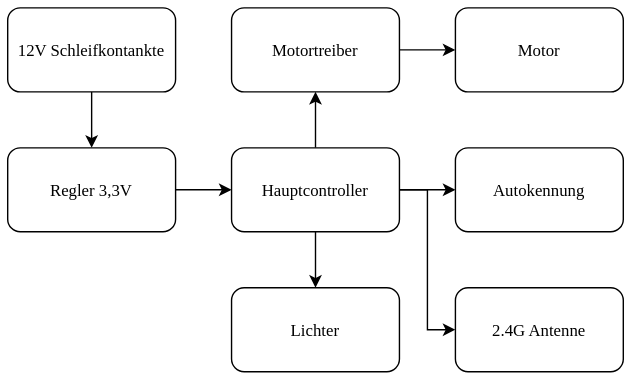
The draw.io diagram Bilder/Blockschaltbild-HW-Auto.svg in 06Moritz/DiplomProjekt, before a commit. Source tidied: cells renumbered, new cells last; positions are measured from the earlier drawing's top-left corner, leaving out a move shared by most shapes.
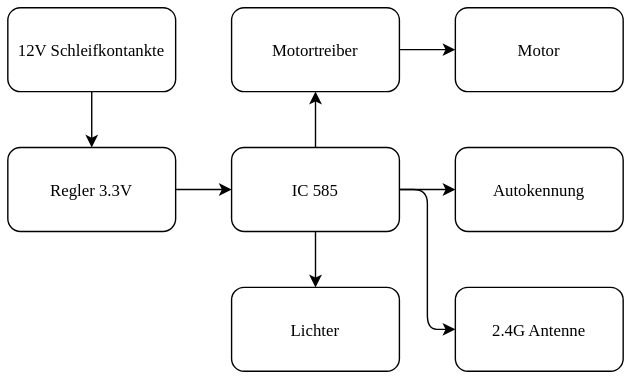
Later version of the same file.

What changed in the source:
```diff
@@ -2,25 +2,25 @@
   <root>
     <mxCell id="0" />
     <mxCell id="1" parent="0" />
-    <mxCell id="2" style="edgeStyle=orthogonalEdgeStyle;rounded=0;jettySize=auto;exitX=1;exitY=0.5;exitDx=0;exitDy=0;entryX=0;entryY=0.5;entryDx=0;entryDy=0;fontFamily=Tahoma;" parent="1" edge="1" source="6" target="7">
+    <mxCell id="2" style="edgeStyle=orthogonalEdgeStyle;rounded=1;jettySize=auto;exitX=1;exitY=0.5;exitDx=0;exitDy=0;entryX=0;entryY=0.5;entryDx=0;entryDy=0;fontFamily=Tahoma;" parent="1" edge="1" source="6" target="7">
       <mxGeometry relative="1" as="geometry" />
     </mxCell>
-    <mxCell id="3" style="edgeStyle=orthogonalEdgeStyle;rounded=0;jettySize=auto;exitX=0.5;exitY=0;exitDx=0;exitDy=0;entryX=0.5;entryY=1;entryDx=0;entryDy=0;fontFamily=Tahoma;" parent="1" edge="1" source="6" target="9">
+    <mxCell id="3" style="edgeStyle=orthogonalEdgeStyle;rounded=1;jettySize=auto;exitX=0.5;exitY=0;exitDx=0;exitDy=0;entryX=0.5;entryY=1;entryDx=0;entryDy=0;fontFamily=Tahoma;" parent="1" edge="1" source="6" target="9">
       <mxGeometry relative="1" as="geometry" />
     </mxCell>
-    <mxCell id="4" style="edgeStyle=orthogonalEdgeStyle;rounded=0;jettySize=auto;exitX=0.5;exitY=1;exitDx=0;exitDy=0;entryX=0.5;entryY=0;entryDx=0;entryDy=0;fontFamily=Tahoma;" parent="1" edge="1" source="6" target="15">
+    <mxCell id="4" style="edgeStyle=orthogonalEdgeStyle;rounded=1;jettySize=auto;exitX=0.5;exitY=1;exitDx=0;exitDy=0;entryX=0.5;entryY=0;entryDx=0;entryDy=0;fontFamily=Tahoma;" parent="1" edge="1" source="6" target="15">
       <mxGeometry relative="1" as="geometry" />
     </mxCell>
-    <mxCell id="5" style="edgeStyle=orthogonalEdgeStyle;rounded=0;jettySize=auto;exitX=1;exitY=0.5;exitDx=0;exitDy=0;entryX=0;entryY=0.5;entryDx=0;entryDy=0;fontFamily=Tahoma;" parent="1" edge="1" source="6" target="16">
+    <mxCell id="5" style="edgeStyle=orthogonalEdgeStyle;rounded=1;jettySize=auto;exitX=1;exitY=0.5;exitDx=0;exitDy=0;entryX=0;entryY=0.5;entryDx=0;entryDy=0;fontFamily=Tahoma;" parent="1" edge="1" source="6" target="16">
       <mxGeometry relative="1" as="geometry" />
     </mxCell>
-    <mxCell id="6" value="Hauptcontroller" style="rounded=1;strokeWidth=1;fontFamily=Tahoma;" parent="1" vertex="1">
+    <mxCell id="6" value="IC 585" style="rounded=1;strokeWidth=1;fontFamily=Tahoma;" parent="1" vertex="1">
       <mxGeometry x="160" y="100" width="120" height="60" as="geometry" />
     </mxCell>
     <mxCell id="7" value="Autokennung" style="rounded=1;fontFamily=Tahoma;" parent="1" vertex="1">
       <mxGeometry x="320" y="100" width="120" height="60" as="geometry" />
     </mxCell>
-    <mxCell id="8" style="edgeStyle=orthogonalEdgeStyle;rounded=0;jettySize=auto;exitX=1;exitY=0.5;exitDx=0;exitDy=0;entryX=0;entryY=0.5;entryDx=0;entryDy=0;fontFamily=Tahoma;" parent="1" edge="1" source="9" target="10">
+    <mxCell id="8" style="edgeStyle=orthogonalEdgeStyle;rounded=1;jettySize=auto;exitX=1;exitY=0.5;exitDx=0;exitDy=0;entryX=0;entryY=0.5;entryDx=0;entryDy=0;fontFamily=Tahoma;" parent="1" edge="1" source="9" target="10">
       <mxGeometry relative="1" as="geometry" />
     </mxCell>
     <mxCell id="9" value="Motortreiber" style="rounded=1;fontFamily=Tahoma;" parent="1" vertex="1">
@@ -29,13 +29,13 @@
     <mxCell id="10" value="Motor" style="rounded=1;fontFamily=Tahoma;" parent="1" vertex="1">
       <mxGeometry x="320" width="120" height="60" as="geometry" />
     </mxCell>
-    <mxCell id="11" style="edgeStyle=orthogonalEdgeStyle;rounded=0;jettySize=auto;exitX=1;exitY=0.5;exitDx=0;exitDy=0;entryX=0;entryY=0.5;entryDx=0;entryDy=0;fontFamily=Tahoma;" parent="1" edge="1" source="12" target="6">
+    <mxCell id="11" style="edgeStyle=orthogonalEdgeStyle;rounded=1;jettySize=auto;exitX=1;exitY=0.5;exitDx=0;exitDy=0;entryX=0;entryY=0.5;entryDx=0;entryDy=0;fontFamily=Tahoma;" parent="1" edge="1" source="12" target="6">
       <mxGeometry relative="1" as="geometry" />
     </mxCell>
-    <mxCell id="12" value="Regler 3,3V" style="rounded=1;fontFamily=Tahoma;" parent="1" vertex="1">
+    <mxCell id="12" value="Regler 3.3V" style="rounded=1;fontFamily=Tahoma;" parent="1" vertex="1">
       <mxGeometry y="100" width="120" height="60" as="geometry" />
     </mxCell>
-    <mxCell id="13" style="edgeStyle=orthogonalEdgeStyle;rounded=0;jettySize=auto;fontFamily=Tahoma;" parent="1" edge="1" source="14" target="12">
+    <mxCell id="13" style="edgeStyle=orthogonalEdgeStyle;rounded=1;jettySize=auto;fontFamily=Tahoma;" parent="1" edge="1" source="14" target="12">
       <mxGeometry relative="1" as="geometry" />
     </mxCell>
     <mxCell id="14" value="12V Schleifkontankte" style="rounded=1;fontFamily=Tahoma;" parent="1" vertex="1">
```
